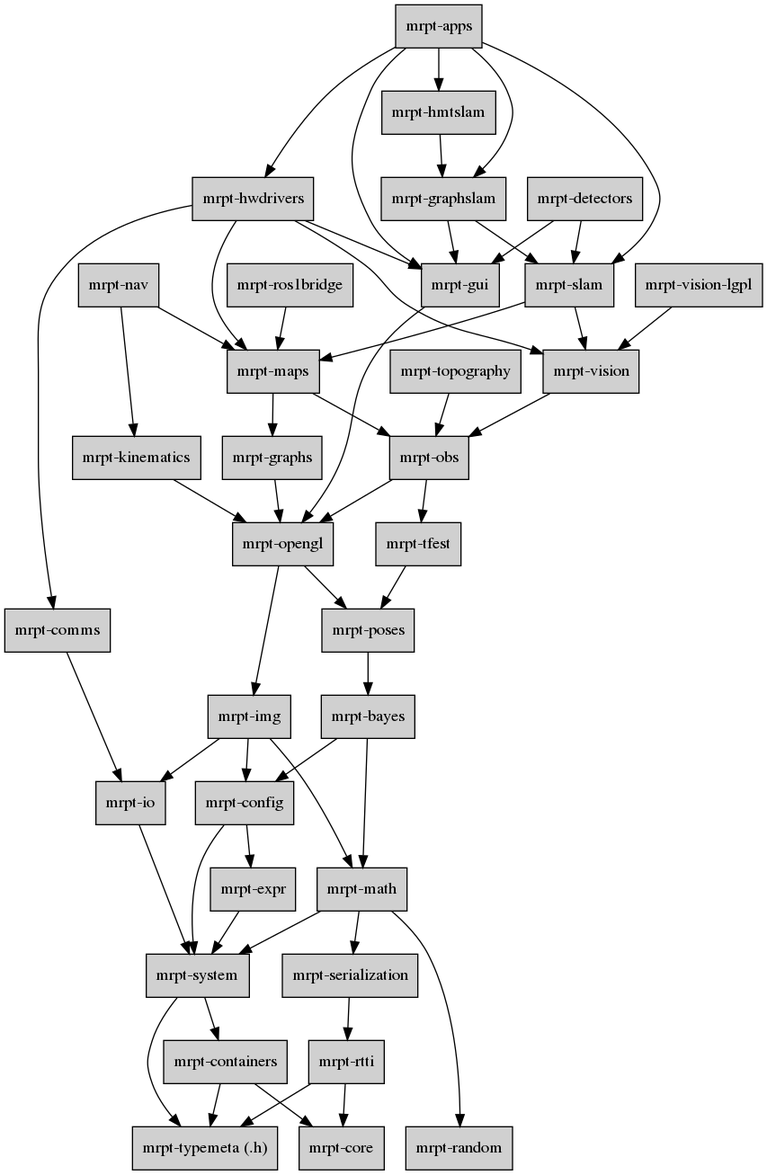
Above: doc/source/images/graph_mrpt_libs.png in MRPT/mrpt (Graphviz), before the change. Its source is kept beside it as doc/source/images/graph_mrpt_libs.dot.
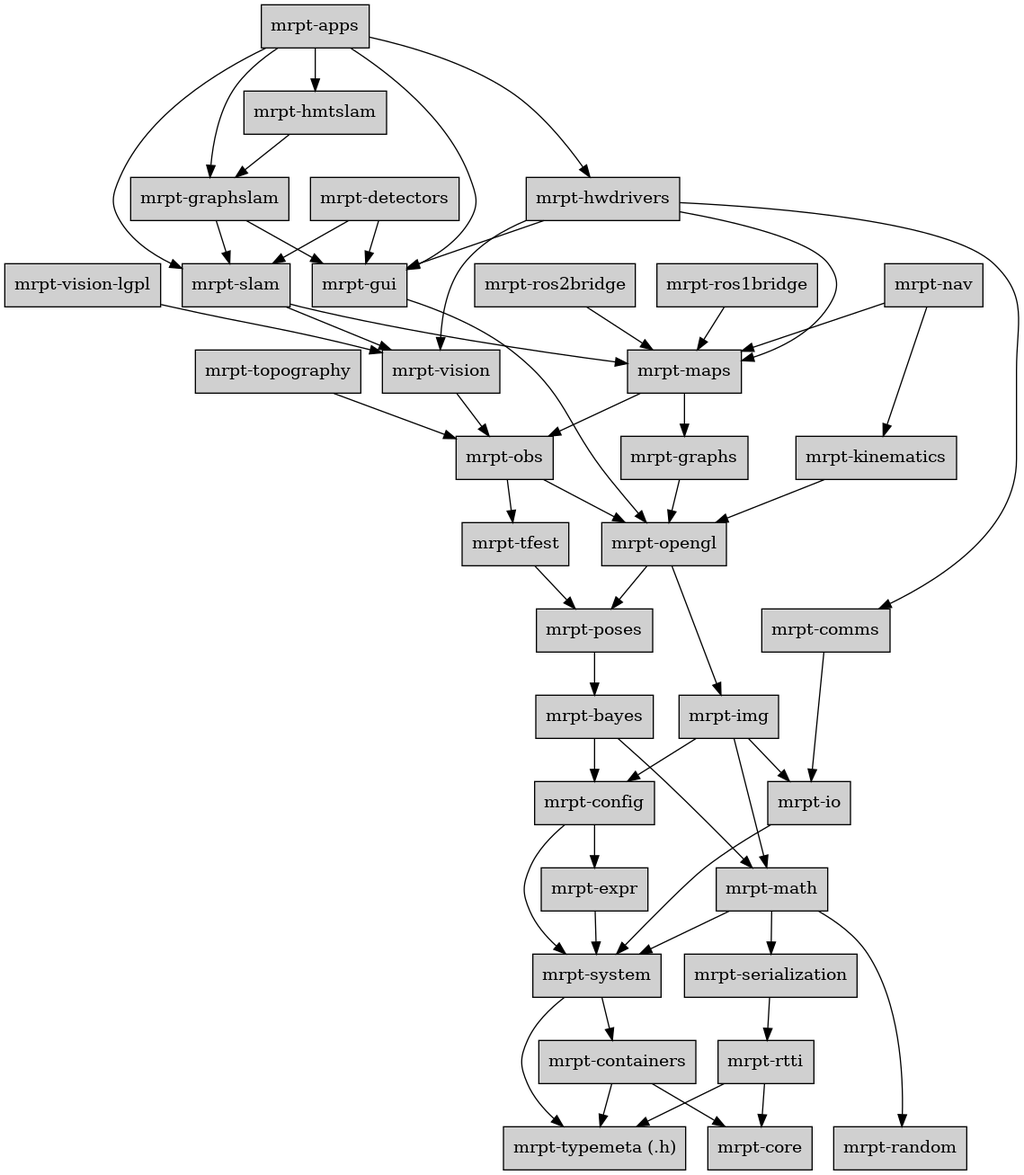
The same diagram one commit later.

The edit, as a diff of the source:
```diff
@@ -100,6 +100,9 @@
 	ros1bridge   [label="mrpt-ros1bridge", URL="group_mrpt_ros1bridge_grp.html"];
 	ros1bridge -> maps;
 
+	ros2bridge   [label="mrpt-ros2bridge", URL="group_mrpt_ros2bridge_grp.html"];
+	ros2bridge -> maps;
+
 	serialization [label="mrpt-serialization",URL="group_mrpt_serialization_grp.html"];
 	serialization -> rtti;
 
```
